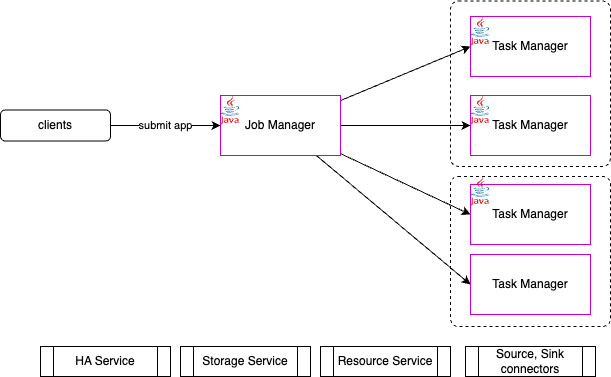
This is docs/cookbook/diagrams/flink-arch.drawio.png from jbcodeforce/flink-studies, a draw.io export, as it was before one commit. Source tidied: cells renumbered, new cells last; positions are measured from the earlier drawing's top-left corner, leaving out a move shared by most shapes.
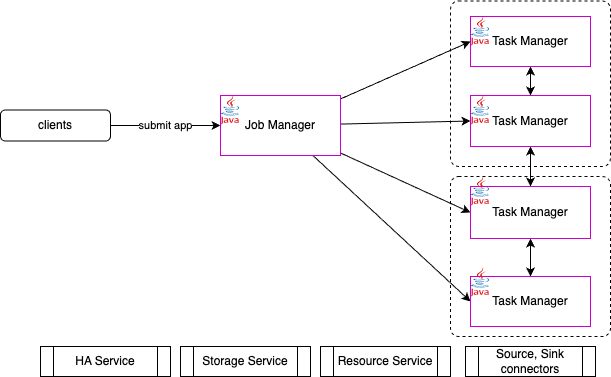
After the commit.

What changed in the source:
```diff
@@ -6,7 +6,7 @@
       <mxGeometry x="450" y="0.5" width="160" height="165.5" as="geometry" />
     </mxCell>
     <mxCell id="3" style="rounded=1;whiteSpace=wrap;html=1;arcSize=5;fillColor=none;dashed=1;" parent="1" vertex="1">
-      <mxGeometry x="450" y="176" width="160" height="150" as="geometry" />
+      <mxGeometry x="450" y="176" width="160" height="160" as="geometry" />
     </mxCell>
     <mxCell id="4" style="edgeStyle=none;html=1;entryX=0;entryY=0.5;entryDx=0;entryDy=0;" parent="1" edge="1" source="8" target="10">
       <mxGeometry relative="1" as="geometry" />
@@ -26,20 +26,29 @@
     <mxCell id="9" style="dashed=0;html=1;align=center;labelPosition=center;verticalLabelPosition=bottom;verticalAlign=top;shape=mxgraph.weblogos.java;" parent="1" vertex="1">
       <mxGeometry x="220" y="95" width="19" height="29" as="geometry" />
     </mxCell>
+    <mxCell id="23" style="edgeStyle=none;html=1;entryX=0.5;entryY=0;entryDx=0;entryDy=0;startArrow=classic;startFill=1;" parent="1" edge="1" source="10" target="12">
+      <mxGeometry relative="1" as="geometry" />
+    </mxCell>
     <mxCell id="10" value="Task Manager" style="rounded=0;whiteSpace=wrap;html=1;strokeColor=#CC00CC;" parent="1" vertex="1">
-      <mxGeometry x="470" y="16" width="120" height="60" as="geometry" />
+      <mxGeometry x="470" y="16" width="120" height="50" as="geometry" />
     </mxCell>
     <mxCell id="11" style="dashed=0;html=1;align=center;labelPosition=center;verticalLabelPosition=bottom;verticalAlign=top;shape=mxgraph.weblogos.java;" parent="1" vertex="1">
       <mxGeometry x="470" y="16" width="19" height="29" as="geometry" />
     </mxCell>
+    <mxCell id="24" style="edgeStyle=none;html=1;startArrow=classic;startFill=1;" parent="1" edge="1" source="12" target="14">
+      <mxGeometry relative="1" as="geometry" />
+    </mxCell>
     <mxCell id="12" value="Task Manager" style="rounded=0;whiteSpace=wrap;html=1;strokeColor=#CC00CC;" parent="1" vertex="1">
-      <mxGeometry x="470" y="95" width="120" height="60" as="geometry" />
+      <mxGeometry x="470" y="95" width="120" height="51" as="geometry" />
     </mxCell>
     <mxCell id="13" style="dashed=0;html=1;align=center;labelPosition=center;verticalLabelPosition=bottom;verticalAlign=top;shape=mxgraph.weblogos.java;" parent="1" vertex="1">
       <mxGeometry x="470" y="95" width="19" height="29" as="geometry" />
     </mxCell>
+    <mxCell id="25" style="edgeStyle=none;html=1;entryX=0.5;entryY=0;entryDx=0;entryDy=0;startArrow=classic;startFill=1;" parent="1" edge="1" source="14" target="18">
+      <mxGeometry relative="1" as="geometry" />
+    </mxCell>
     <mxCell id="14" value="Task Manager" style="rounded=0;whiteSpace=wrap;html=1;strokeColor=#CC00CC;" parent="1" vertex="1">
-      <mxGeometry x="470" y="184" width="120" height="60" as="geometry" />
+      <mxGeometry x="470" y="186" width="120" height="52" as="geometry" />
     </mxCell>
     <mxCell id="15" style="dashed=0;html=1;align=center;labelPosition=center;verticalLabelPosition=bottom;verticalAlign=top;shape=mxgraph.weblogos.java;" parent="1" vertex="1">
       <mxGeometry x="470" y="176" width="19" height="29" as="geometry" />
@@ -51,7 +60,7 @@
       <mxGeometry y="109.5" width="110" height="31" as="geometry" />
     </mxCell>
     <mxCell id="18" value="Task Manager" style="rounded=0;whiteSpace=wrap;html=1;strokeColor=#CC00CC;" parent="1" vertex="1">
-      <mxGeometry x="470" y="254" width="120" height="60" as="geometry" />
+      <mxGeometry x="470" y="276" width="120" height="50" as="geometry" />
     </mxCell>
     <mxCell id="19" value="HA Service" style="shape=process;whiteSpace=wrap;html=1;backgroundOutline=1;" parent="1" vertex="1">
       <mxGeometry x="40" y="346" width="130" height="30" as="geometry" />
@@ -65,5 +74,8 @@
     <mxCell id="22" value="Source, Sink connectors" style="shape=process;whiteSpace=wrap;html=1;backgroundOutline=1;" parent="1" vertex="1">
       <mxGeometry x="465" y="346" width="130" height="30" as="geometry" />
     </mxCell>
+    <mxCell id="26" style="dashed=0;html=1;align=center;labelPosition=center;verticalLabelPosition=bottom;verticalAlign=top;shape=mxgraph.weblogos.java;" parent="1" vertex="1">
+      <mxGeometry x="470" y="267" width="19" height="29" as="geometry" />
+    </mxCell>
   </root>
 </mxGraphModel>
```
